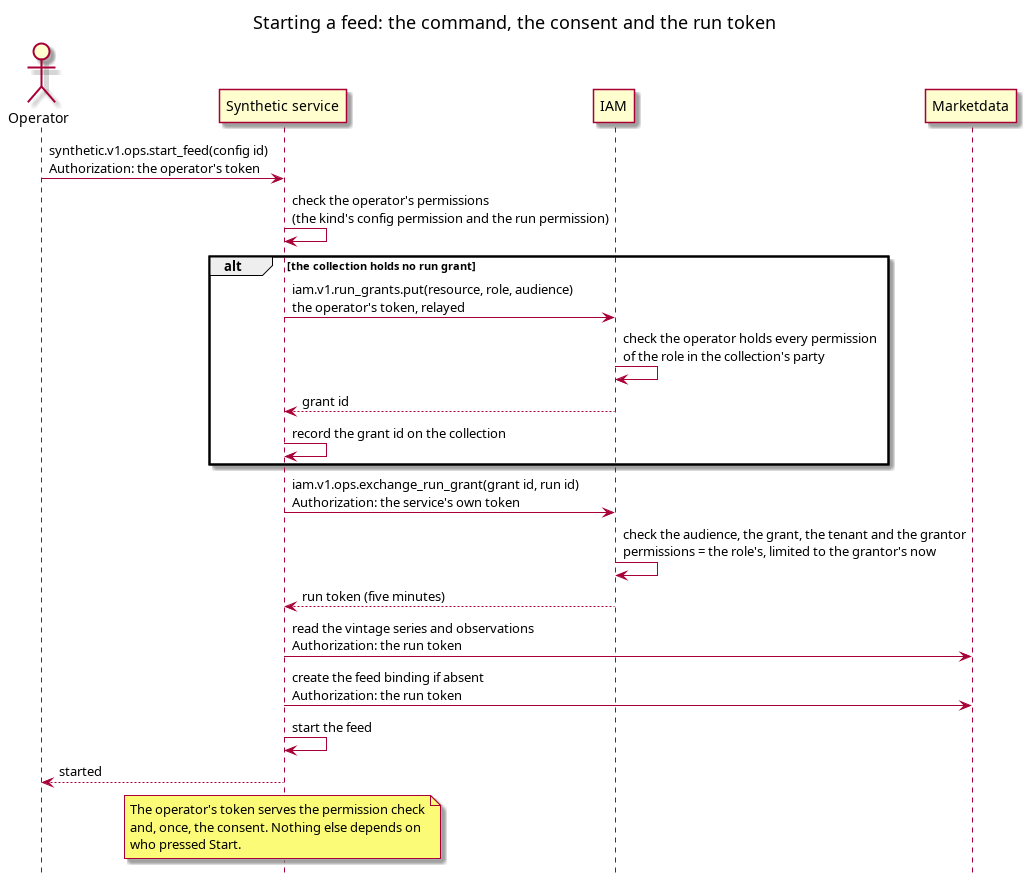
Earlier version of the PlantUML export doc/knowledge/architecture/feed_start_sequence.png (OreStudio/OreStudio). Its source is kept beside it as doc/knowledge/architecture/feed_start_sequence.puml.
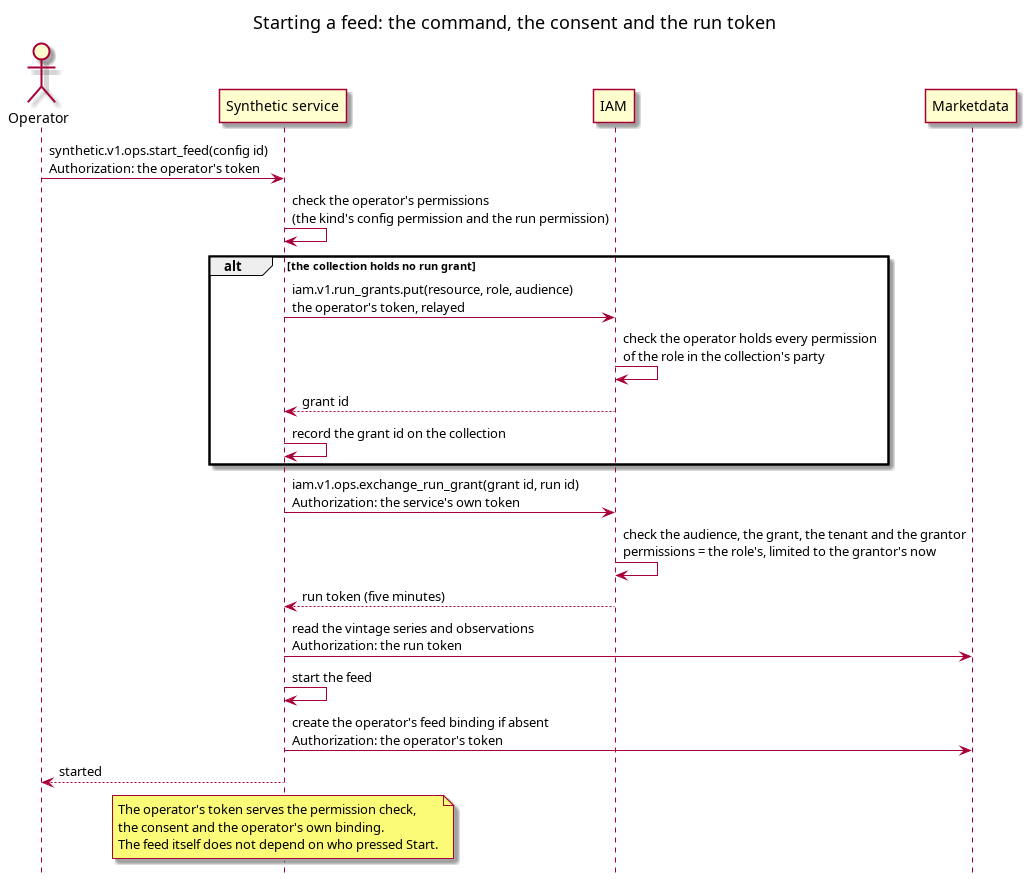
Later version of the same file.

Commit message:
[doc] Keep the feed binding the caller's subscription

Diff of the diagram source:
```diff
@@ -25,15 +25,15 @@
 iam --> syn : run token (five minutes)
 
 syn -> md : read the vintage series and observations\nAuthorization: the run token
-syn -> md : create the feed binding if absent\nAuthorization: the run token
 syn -> syn : start the feed
+syn -> md : create the operator's feed binding if absent\nAuthorization: the operator's token
 
 syn --> op : started
 
 note over syn
-    The operator's token serves the permission check
-    and, once, the consent. Nothing else depends on
-    who pressed Start.
+    The operator's token serves the permission check,
+    the consent and the operator's own binding.
+    The feed itself does not depend on who pressed Start.
 end note
 
 @enduml
```
